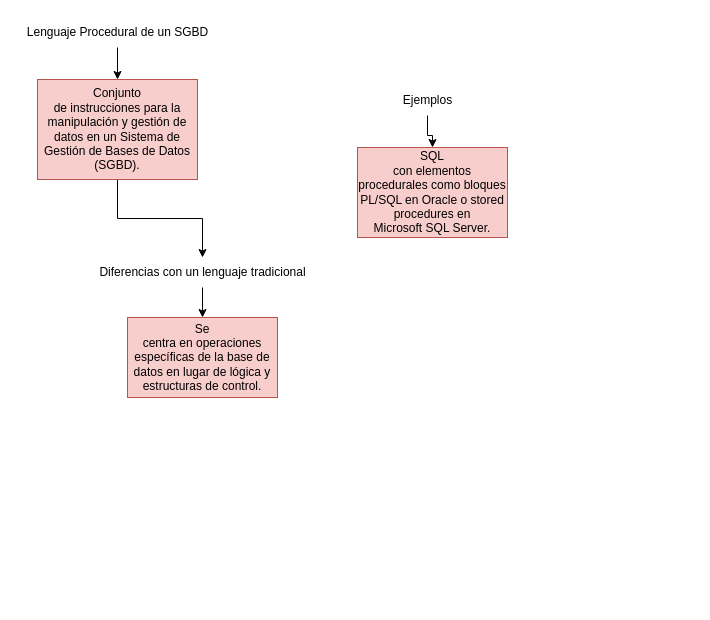
Above: Mapa mixto lenguaje procedural.drawio in misiomishi/itcj (draw.io), before the change. Source tidied: cells renumbered, new cells numbered last; positions are measured from the earlier drawing's top-left corner, leaving out a move shared by most shapes. Both pictures are drawn from the tidied source at 100%, with x=0, y=0 at pixel (17, 17).
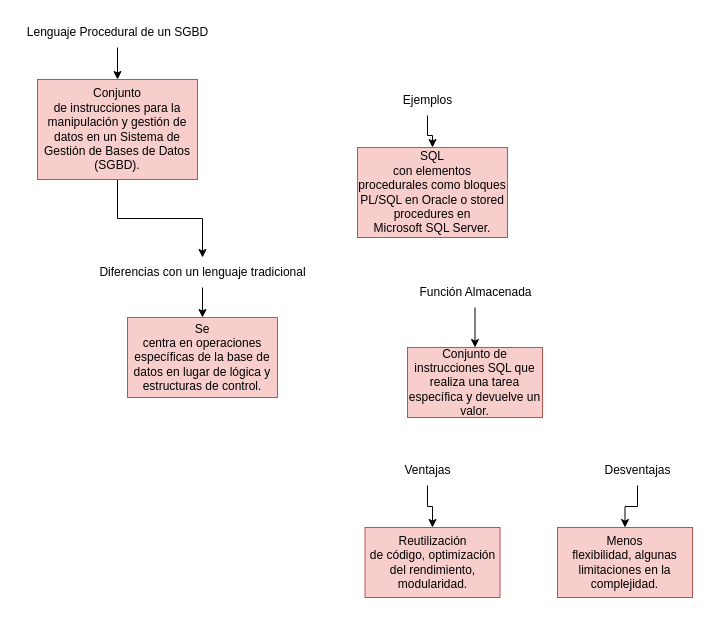
The same page after the edit.

The edit, as a diff of the source:
```diff
@@
+    <mxCell id="12" value="&lt;p class=&quot;MsoNormal&quot;&gt;Conjunto de instrucciones SQL que realiza una tarea&lt;br/&gt;específica y devuelve un valor.&lt;/p&gt;" style="rounded=0;whiteSpace=wrap;html=1;fillColor=#f8cecc;strokeColor=#b85450;" parent="1" vertex="1">
+      <mxGeometry x="390" y="330" width="135" height="70" as="geometry" />
+    </mxCell>
+    <mxCell id="13" style="edgeStyle=orthogonalEdgeStyle;rounded=0;jettySize=auto;html=1;entryX=0.5;entryY=0;entryDx=0;entryDy=0;" parent="1" edge="1" source="14" target="12">
+      <mxGeometry relative="1" as="geometry" />
+    </mxCell>
+    <mxCell id="14" value="Función Almacenada" style="text;html=1;align=center;verticalAlign=middle;points=[];strokeColor=none;fillColor=none;" parent="1" vertex="1">
+      <mxGeometry x="387.5" y="260" width="140" height="30" as="geometry" />
+    </mxCell>
+    <mxCell id="15" value="&lt;p class=&quot;MsoNormal&quot;&gt;Reutilización&lt;br/&gt;de código, optimización del rendimiento, modularidad.&lt;br&gt;&lt;/p&gt;" style="rounded=0;whiteSpace=wrap;html=1;fillColor=#f8cecc;strokeColor=#b85450;" parent="1" vertex="1">
+      <mxGeometry x="347.5" y="510" width="135" height="70" as="geometry" />
+    </mxCell>
+    <mxCell id="16" style="edgeStyle=orthogonalEdgeStyle;rounded=0;jettySize=auto;html=1;entryX=0.5;entryY=0;entryDx=0;entryDy=0;" parent="1" edge="1" source="17" target="15">
+      <mxGeometry relative="1" as="geometry" />
+    </mxCell>
+    <mxCell id="17" value="Ventajas" style="text;html=1;align=center;verticalAlign=middle;points=[];strokeColor=none;fillColor=none;" parent="1" vertex="1">
+      <mxGeometry x="375" y="438" width="70" height="30" as="geometry" />
+    </mxCell>
+    <mxCell id="18" value="&lt;p class=&quot;MsoNormal&quot;&gt;Menos&lt;br/&gt;flexibilidad, algunas limitaciones en la complejidad.&lt;br&gt;&lt;/p&gt;" style="rounded=0;whiteSpace=wrap;html=1;fillColor=#f8cecc;strokeColor=#b85450;" parent="1" vertex="1">
+      <mxGeometry x="540" y="510" width="135" height="70" as="geometry" />
+    </mxCell>
+    <mxCell id="19" style="edgeStyle=orthogonalEdgeStyle;rounded=0;jettySize=auto;html=1;entryX=0.5;entryY=0;entryDx=0;entryDy=0;" parent="1" edge="1" source="20" target="18">
+      <mxGeometry relative="1" as="geometry" />
+    </mxCell>
+    <mxCell id="20" value="Desventajas" style="text;html=1;align=center;verticalAlign=middle;points=[];strokeColor=none;fillColor=none;" parent="1" vertex="1">
+      <mxGeometry x="575" y="438" width="90" height="30" as="geometry" />
+    </mxCell>
```
